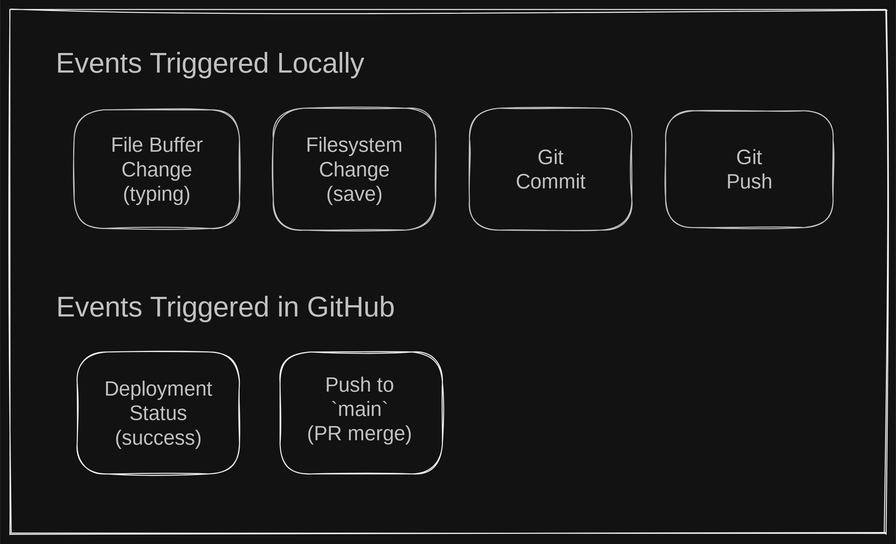
Above: docs/images/sdlc_events_dark.excalidraw.svg in oaknational/Oak-Web-Application (Excalidraw), before the change. Source tidied: one line per element, renumbered; positions are measured from the earlier drawing's top-left corner, leaving out a move shared by most shapes.
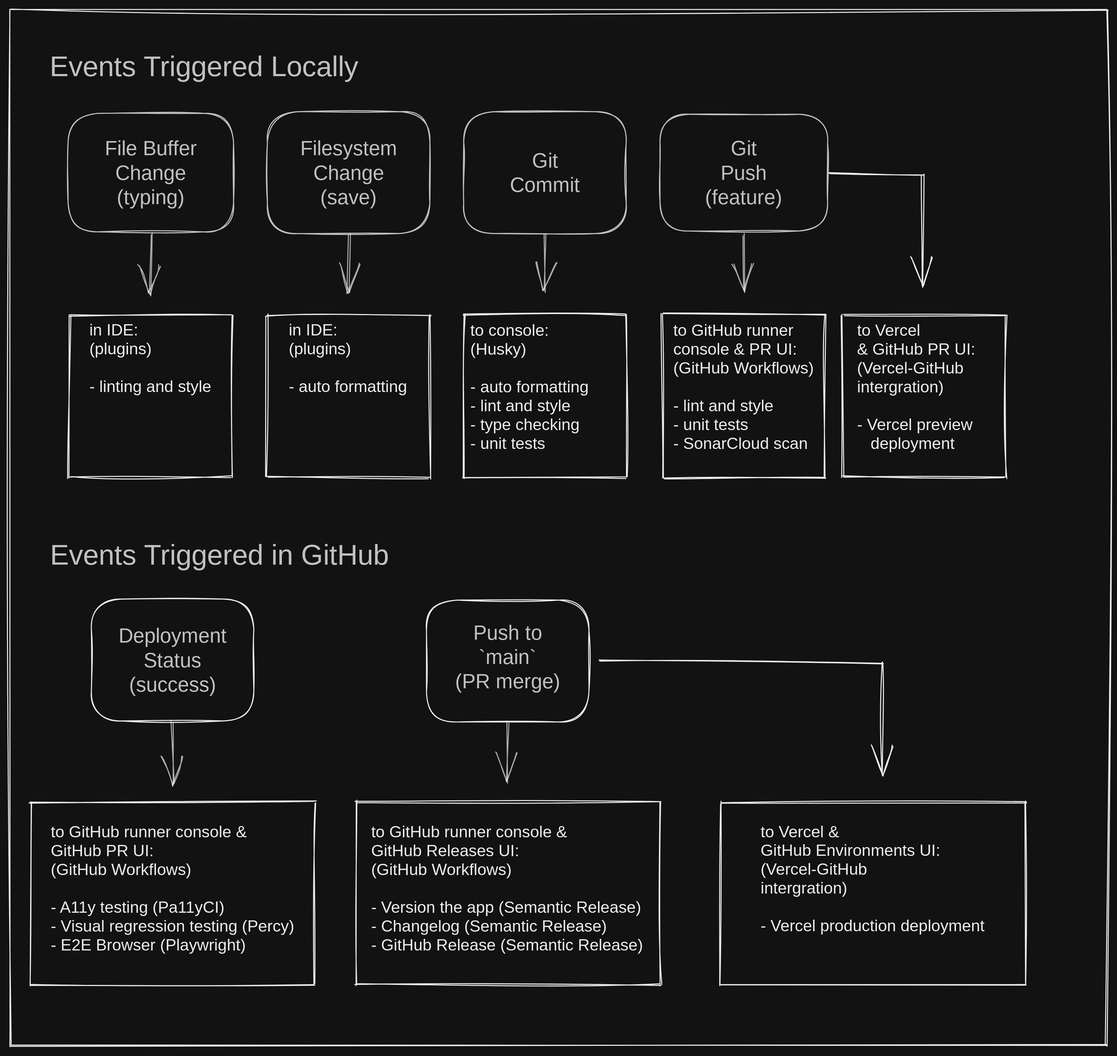
After the change.

Commit message:
docs(testing): add post-merge flows to events diagram

Change to the diagram source:
```diff
@@ -1,15 +1,39 @@
-{"id": 0, "type": "rectangle", "strokeColor": "#000000", "strokeWidth": 1, "roughness": 1, "opacity": 80, "x": 259, "y": 96, "width": 160, "height": 120}
-{"id": 1, "type": "text", "text": "Filesystem\nChange\n(save)", "strokeColor": "#000000", "strokeWidth": 1, "roughness": 1, "opacity": 80, "fontSize": 20, "fontFamily": 3, "textAlign": "center", "x": 281, "y": 120, "width": 117, "height": 72}
-{"id": 2, "type": "text", "text": "Git\nCommit", "strokeColor": "#000000", "strokeWidth": 1, "roughness": 1, "opacity": 80, "fontSize": 20, "fontFamily": 3, "textAlign": "center", "x": 497, "y": 132, "width": 72, "height": 48}
-{"id": 3, "type": "rectangle", "strokeColor": "#000000", "strokeWidth": 1, "roughness": 1, "opacity": 80, "x": 453, "y": 96, "width": 160, "height": 120}
-{"id": 4, "type": "rectangle", "strokeColor": "#000000", "strokeWidth": 1, "roughness": 1, "opacity": 80, "x": 646, "y": 99, "width": 165, "height": 115}
-{"id": 5, "type": "text", "text": "Git\nPush", "strokeColor": "#000000", "strokeWidth": 1, "roughness": 1, "opacity": 80, "fontSize": 20, "fontFamily": 3, "textAlign": "center", "x": 704, "y": 132, "width": 48, "height": 48}
-{"id": 6, "type": "rectangle", "strokeColor": "#000000", "strokeWidth": 1, "roughness": 1, "opacity": 80, "x": 63, "y": 98, "width": 163, "height": 117}
-{"id": 7, "type": "text", "text": "File Buffer\nChange\n(typing)", "strokeColor": "#000000", "strokeWidth": 1, "roughness": 1, "opacity": 80, "fontSize": 20, "fontFamily": 3, "textAlign": "center", "x": 80, "y": 120, "width": 129, "height": 72}
 {"id": 8, "type": "text", "text": "Events Triggered Locally", "strokeColor": "#000000", "strokeWidth": 1, "roughness": 1, "opacity": 80, "fontSize": 28, "fontFamily": 1, "textAlign": "center", "x": 26, "y": 36, "width": 342, "height": 36}
-{"id": 9, "type": "text", "text": "Events Triggered in GitHub", "strokeColor": "#000000", "strokeWidth": 1, "roughness": 1, "opacity": 80, "fontSize": 28, "fontFamily": 1, "textAlign": "center", "x": 26, "y": 276, "width": 372, "height": 36}
+{"id": 9, "type": "text", "text": "Events Triggered in GitHub", "strokeColor": "#000000", "strokeWidth": 1, "roughness": 1, "opacity": 80, "fontSize": 28, "fontFamily": 1, "textAlign": "center", "x": 26, "y": 518, "width": 372, "height": 36}
-{"id": 10, "type": "rectangle", "strokeColor": "#000000", "strokeWidth": 1, "roughness": 1, "x": 66, "y": 336, "width": 160, "height": 120}
+{"id": 10, "type": "rectangle", "strokeColor": "#000000", "strokeWidth": 1, "roughness": 1, "x": 86, "y": 576, "width": 160, "height": 120}
-{"id": 11, "type": "text", "text": "Deployment\nStatus\n(success)", "strokeColor": "#000000", "strokeWidth": 1, "roughness": 1, "opacity": 80, "fontSize": 20, "fontFamily": 3, "textAlign": "center", "x": 88, "y": 360, "width": 117, "height": 72}
+{"id": 11, "type": "text", "text": "Deployment\nStatus\n(success)", "strokeColor": "#000000", "strokeWidth": 1, "roughness": 1, "opacity": 80, "fontSize": 20, "fontFamily": 3, "textAlign": "center", "x": 108, "y": 600, "width": 117, "height": 72}
-{"id": 12, "type": "rectangle", "strokeColor": "#000000", "strokeWidth": 1, "roughness": 1, "x": 266, "y": 336, "width": 160, "height": 120}
+{"id": 12, "type": "rectangle", "strokeColor": "#000000", "strokeWidth": 1, "roughness": 1, "x": 416, "y": 578, "width": 160, "height": 120}
-{"id": 13, "type": "text", "text": "Push to\n`main`\n(PR merge)", "strokeColor": "#000000", "strokeWidth": 1, "roughness": 1, "opacity": 80, "fontSize": 20, "fontFamily": 3, "textAlign": "center", "x": 286, "y": 356, "width": 118, "height": 72}
+{"id": 13, "type": "text", "text": "Push to\n`main`\n(PR merge)", "strokeColor": "#000000", "strokeWidth": 1, "roughness": 1, "opacity": 80, "fontSize": 20, "fontFamily": 3, "textAlign": "center", "x": 437, "y": 598, "width": 118, "height": 72}
-{"id": 14, "type": "rectangle", "strokeColor": "#000000", "strokeWidth": 1, "roughness": 2, "x": 0, "y": 0, "width": 863, "height": 516}
+{"id": 14, "type": "rectangle", "strokeColor": "#000000", "strokeWidth": 1, "roughness": 2, "x": 6, "y": -4, "width": 1080, "height": 1020}
+{"id": 6, "type": "rectangle", "strokeColor": "#000000", "strokeWidth": 1, "roughness": 1, "opacity": 80, "x": 63, "y": 98, "width": 163, "height": 117}
+{"id": 7, "type": "text", "text": "File Buffer\nChange\n(typing)", "strokeColor": "#000000", "strokeWidth": 1, "roughness": 1, "opacity": 80, "fontSize": 20, "fontFamily": 3, "textAlign": "center", "x": 80, "y": 120, "width": 129, "height": 72}
+{"id": 15, "type": "arrow", "strokeColor": "#000000", "strokeWidth": 1, "roughness": 1, "opacity": 70, "endArrowhead": "arrow", "from": 6, "to": 16, "x": 145, "y": 217, "width": 0, "height": 60, "points": [[0, 0], [0, 60]]}
+{"id": 16, "type": "rectangle", "strokeColor": "#000000", "strokeWidth": 1, "roughness": 1, "x": 64, "y": 296, "width": 160, "height": 160}
+{"id": 17, "type": "text", "text": "in IDE:\n(plugins)\n\n- linting and style", "strokeColor": "#000000", "strokeWidth": 1, "roughness": 1, "fontSize": 16, "fontFamily": 2, "x": 84, "y": 302, "width": 121, "height": 74}
+{"id": 0, "type": "rectangle", "strokeColor": "#000000", "strokeWidth": 1, "roughness": 1, "opacity": 80, "x": 259, "y": 96, "width": 160, "height": 120}
+{"id": 1, "type": "text", "text": "Filesystem\nChange\n(save)", "strokeColor": "#000000", "strokeWidth": 1, "roughness": 1, "opacity": 80, "fontSize": 20, "fontFamily": 3, "textAlign": "center", "x": 281, "y": 120, "width": 117, "height": 72}
+{"id": 18, "type": "arrow", "strokeColor": "#000000", "strokeWidth": 1, "roughness": 1, "opacity": 70, "endArrowhead": "arrow", "from": 0, "to": 19, "x": 340, "y": 218, "width": 1, "height": 57, "points": [[0, 0], [-1, 57]]}
+{"id": 19, "type": "rectangle", "strokeColor": "#000000", "strokeWidth": 1, "roughness": 1, "x": 259, "y": 296, "width": 160, "height": 160}
+{"id": 20, "type": "text", "text": "in IDE:\n(plugins)\n\n- auto formatting", "strokeColor": "#000000", "strokeWidth": 1, "roughness": 1, "fontSize": 16, "fontFamily": 2, "x": 280, "y": 302, "width": 118, "height": 74}
+{"id": 2, "type": "text", "text": "Git\nCommit", "strokeColor": "#000000", "strokeWidth": 1, "roughness": 1, "opacity": 80, "fontSize": 20, "fontFamily": 3, "textAlign": "center", "x": 497, "y": 132, "width": 72, "height": 48}
+{"id": 3, "type": "rectangle", "strokeColor": "#000000", "strokeWidth": 1, "roughness": 1, "opacity": 80, "x": 453, "y": 96, "width": 160, "height": 120}
+{"id": 21, "type": "arrow", "strokeColor": "#000000", "strokeWidth": 1, "roughness": 1, "opacity": 70, "endArrowhead": "arrow", "to": 22, "x": 533, "y": 216, "width": 1, "height": 58, "points": [[0, 0], [1, 58]]}
+{"id": 22, "type": "rectangle", "strokeColor": "#000000", "strokeWidth": 1, "roughness": 1, "x": 453, "y": 296, "width": 160, "height": 160}
+{"id": 23, "type": "text", "text": "to console:\n(Husky)\n\n- auto formatting\n- lint and style\n- type checking\n- unit tests", "strokeColor": "#000000", "strokeWidth": 1, "roughness": 1, "fontSize": 16, "fontFamily": 2, "x": 459, "y": 302, "width": 117, "height": 130}
+{"id": 4, "type": "rectangle", "strokeColor": "#000000", "strokeWidth": 1, "roughness": 1, "opacity": 80, "x": 646, "y": 99, "width": 165, "height": 115}
+{"id": 5, "type": "text", "text": "Git\nPush\n(feature)", "strokeColor": "#000000", "strokeWidth": 1, "roughness": 1, "opacity": 80, "fontSize": 20, "fontFamily": 3, "textAlign": "center", "x": 675, "y": 120, "width": 107, "height": 72}
+{"id": 24, "type": "arrow", "strokeColor": "#000000", "strokeWidth": 1, "roughness": 1, "opacity": 70, "endArrowhead": "arrow", "from": 4, "to": 25, "x": 728, "y": 217, "width": 1, "height": 57, "points": [[0, 0], [1, 57]]}
+{"id": 25, "type": "rectangle", "strokeColor": "#000000", "strokeWidth": 1, "roughness": 1, "x": 648, "y": 296, "width": 160, "height": 160}
+{"id": 26, "type": "text", "text": "to GitHub runner\nconsole & PR UI:\n(GitHub Workflows)\n\n- lint and style\n- unit tests\n- SonarCloud scan", "strokeColor": "#000000", "strokeWidth": 1, "roughness": 1, "fontSize": 16, "fontFamily": 2, "x": 659, "y": 302, "width": 139, "height": 130}
+{"id": 27, "type": "arrow", "strokeColor": "#000000", "strokeWidth": 1, "roughness": 1, "endArrowhead": "arrow", "from": 4, "to": 28, "x": 813, "y": 157, "width": 91, "height": 111, "points": [[0, 0], [91, 2], [91, 111]]}
+{"id": 28, "type": "rectangle", "strokeColor": "#000000", "strokeWidth": 1, "roughness": 1, "x": 826, "y": 296, "width": 160, "height": 160}
+{"id": 29, "type": "text", "text": "to Vercel\n& GitHub PR UI:\n(Vercel-GitHub\nintergration)\n\n- Vercel preview\n   deployment", "strokeColor": "#000000", "strokeWidth": 1, "roughness": 1, "fontSize": 16, "fontFamily": 2, "x": 840, "y": 302, "width": 117, "height": 130}
+{"id": 30, "type": "rectangle", "strokeColor": "#000000", "strokeWidth": 1, "roughness": 1, "x": 26, "y": 776, "width": 280, "height": 180}
+{"id": 31, "type": "text", "text": "to GitHub runner console &\nGitHub PR UI:\n(GitHub Workflows)\n\n- A11y testing (Pa11yCI)\n- Visual regression testing (Percy)\n- E2E Browser (Playwright)", "strokeColor": "#000000", "strokeWidth": 1, "roughness": 1, "fontSize": 16, "fontFamily": 2, "x": 46, "y": 796, "width": 240, "height": 130}
+{"id": 32, "type": "arrow", "strokeColor": "#000000", "strokeWidth": 1, "roughness": 1, "opacity": 70, "endArrowhead": "arrow", "from": 10, "to": 30, "x": 165, "y": 698, "width": 3, "height": 61, "points": [[0, 0], [3, 61]]}
+{"id": 33, "type": "rectangle", "strokeColor": "#000000", "strokeWidth": 1, "roughness": 1, "x": 346, "y": 776, "width": 300, "height": 180}
+{"id": 34, "type": "text", "text": "to GitHub runner console &\nGitHub Releases UI:\n(GitHub Workflows)\n\n- Version the app (Semantic Release)\n- Changelog (Semantic Release)\n- GitHub Release (Semantic Release)", "strokeColor": "#000000", "strokeWidth": 1, "roughness": 1, "fontSize": 16, "fontFamily": 2, "x": 362, "y": 796, "width": 269, "height": 130}
+{"id": 35, "type": "arrow", "strokeColor": "#000000", "strokeWidth": 1, "roughness": 1, "opacity": 70, "endArrowhead": "arrow", "to": 33, "x": 496, "y": 697, "width": 0, "height": 60, "points": [[0, 0], [0, 60]]}
+{"id": 36, "type": "rectangle", "strokeColor": "#000000", "strokeWidth": 1, "roughness": 1, "x": 706, "y": 776, "width": 300, "height": 180}
+{"id": 37, "type": "text", "text": "to Vercel &\nGitHub Environments UI:\n(Vercel-GitHub\nintergration)\n\n- Vercel production deployment", "strokeColor": "#000000", "strokeWidth": 1, "roughness": 1, "fontSize": 16, "fontFamily": 2, "x": 745, "y": 796, "width": 222, "height": 111}
+{"id": 38, "type": "arrow", "strokeColor": "#000000", "strokeWidth": 1, "roughness": 1, "endArrowhead": "arrow", "from": 12, "to": 36, "x": 587, "y": 638, "width": 278, "height": 112, "points": [[0, 0], [278, 2], [278, 112]]}
```
